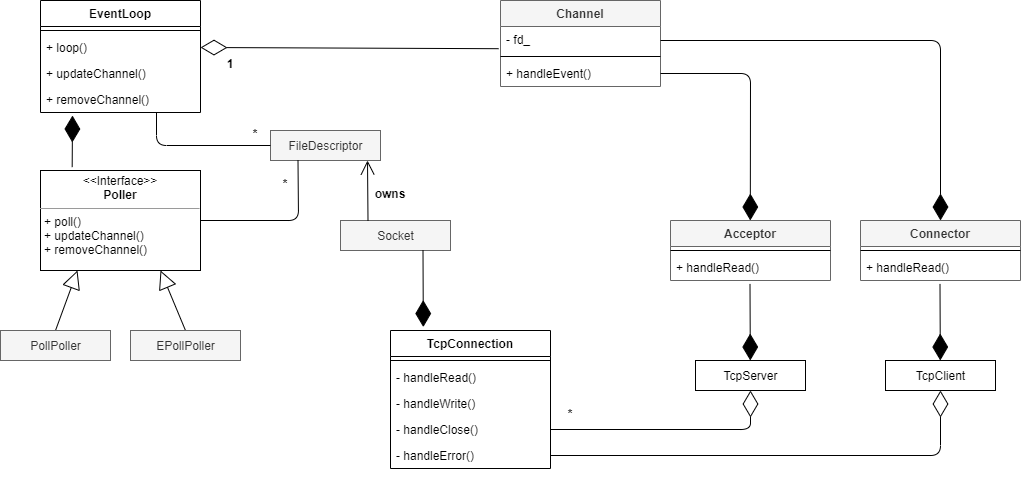
Earlier version of the draw.io export design/NetL_UML.png (budongsi/NetL). Source tidied: cells renumbered, new cells last; positions are measured from the earlier drawing's top-left corner, leaving out a move shared by most shapes. The source it was exported from:
```xml
<mxGraphModel background="#ffffff">
  <root>
    <mxCell id="0" />
    <mxCell id="1" parent="0" />
    <mxCell id="2" value="EventLoop" style="swimlane;fontStyle=1;align=center;verticalAlign=top;horizontal=1;startSize=26;" parent="1" vertex="1">
      <mxGeometry x="40" width="160" height="112" as="geometry" />
    </mxCell>
    <mxCell id="3" style="line;strokeWidth=1;fillColor=none;align=left;verticalAlign=middle;spacingTop=-1;spacingLeft=3;spacingRight=3;labelPosition=right;" parent="2" vertex="1">
      <mxGeometry y="26" width="160" height="8" as="geometry" />
    </mxCell>
    <mxCell id="4" value="+ loop()" style="text;strokeColor=none;fillColor=none;align=left;verticalAlign=top;spacingLeft=4;spacingRight=4;overflow=hidden;points=[[0,0.5],[1,0.5]];portConstraint=eastwest;" parent="2" vertex="1">
      <mxGeometry y="34" width="160" height="26" as="geometry" />
    </mxCell>
    <mxCell id="5" value="+ updateChannel()" style="text;align=left;verticalAlign=top;spacingLeft=4;spacingRight=4;overflow=hidden;" parent="2" vertex="1">
      <mxGeometry y="60" width="160" height="26" as="geometry" />
    </mxCell>
    <mxCell id="6" value="+ removeChannel()" style="text;strokeColor=none;fillColor=none;align=left;verticalAlign=top;spacingLeft=4;spacingRight=4;overflow=hidden;" parent="2" vertex="1">
      <mxGeometry y="86" width="160" height="26" as="geometry" />
    </mxCell>
    <mxCell id="7" value="&lt;p style=&quot;margin: 0px ; margin-top: 4px ; text-align: center&quot;&gt;&amp;lt;&amp;lt;Interface&amp;gt;&amp;gt;&lt;br&gt;&lt;b&gt;Poller&lt;/b&gt;&lt;/p&gt;&lt;hr size=&quot;1&quot;&gt;&lt;p style=&quot;margin: 0px ; margin-left: 4px&quot;&gt;+ poll()&lt;/p&gt;&lt;p style=&quot;margin: 0px ; margin-left: 4px&quot;&gt;+ updateChannel()&lt;/p&gt;&lt;p style=&quot;margin: 0px ; margin-left: 4px&quot;&gt;+ removeChannel()&lt;/p&gt;" style="verticalAlign=top;align=left;overflow=fill;fontSize=12;fontFamily=Helvetica;html=1;" parent="1" vertex="1">
      <mxGeometry x="40" y="170" width="160" height="100" as="geometry" />
    </mxCell>
    <mxCell id="8" value="PollPoller" style="html=1;" parent="1" vertex="1">
      <mxGeometry y="330" width="110" height="30" as="geometry" />
    </mxCell>
    <mxCell id="9" value="EPollPoller" style="html=1;" parent="1" vertex="1">
      <mxGeometry x="130" y="330" width="110" height="30" as="geometry" />
    </mxCell>
    <mxCell id="10" style="endArrow=block;endSize=16;endFill=0;html=1;exitX=0.5;exitY=0;exitDx=0;exitDy=0;entryX=0.25;entryY=1;entryDx=0;entryDy=0;" parent="1" edge="1" source="8">
      <mxGeometry relative="1" as="geometry">
        <mxPoint x="77" y="270" as="targetPoint" />
      </mxGeometry>
    </mxCell>
    <mxCell id="11" style="endArrow=block;endSize=16;endFill=0;html=1;exitX=0.5;exitY=0;exitDx=0;exitDy=0;entryX=0.75;entryY=1;entryDx=0;entryDy=0;" parent="1" edge="1" source="9" target="7">
      <mxGeometry relative="1" as="geometry" />
    </mxCell>
    <mxCell id="12" value="Socket" style="html=1;fillColor=#f5f5f5;strokeColor=#666666;fontColor=#333333;" parent="1" vertex="1">
      <mxGeometry x="340" y="220" width="110" height="30" as="geometry" />
    </mxCell>
    <mxCell id="13" value="PollPoller" style="html=1;fillColor=#f5f5f5;strokeColor=#666666;fontColor=#333333;" parent="1" vertex="1">
      <mxGeometry y="330" width="110" height="30" as="geometry" />
    </mxCell>
    <mxCell id="14" value="EPollPoller" style="html=1;fillColor=#f5f5f5;strokeColor=#666666;fontColor=#333333;" parent="1" vertex="1">
      <mxGeometry x="130" y="330" width="110" height="30" as="geometry" />
    </mxCell>
    <mxCell id="15" value="FileDescriptor" style="html=1;fillColor=#f5f5f5;strokeColor=#666666;fontColor=#333333;" parent="1" vertex="1">
      <mxGeometry x="270" y="130" width="110" height="30" as="geometry" />
    </mxCell>
    <mxCell id="16" value="Channel" style="swimlane;fontStyle=1;align=center;verticalAlign=top;horizontal=1;startSize=26;fillColor=#f5f5f5;strokeColor=#666666;fontColor=#333333;" parent="1" vertex="1">
      <mxGeometry x="500" width="160" height="86" as="geometry" />
    </mxCell>
    <mxCell id="17" value="- fd_" style="text;strokeColor=none;fillColor=none;align=left;verticalAlign=top;spacingLeft=4;spacingRight=4;overflow=hidden;points=[[0,0.5],[1,0.5]];portConstraint=eastwest;" parent="16" vertex="1">
      <mxGeometry y="26" width="160" height="26" as="geometry" />
    </mxCell>
    <mxCell id="18" style="line;strokeWidth=1;fillColor=none;align=left;verticalAlign=middle;spacingTop=-1;spacingLeft=3;spacingRight=3;labelPosition=right;" parent="16" vertex="1">
      <mxGeometry y="52" width="160" height="8" as="geometry" />
    </mxCell>
    <mxCell id="19" value="+ handleEvent()" style="text;strokeColor=none;fillColor=none;align=left;verticalAlign=top;spacingLeft=4;spacingRight=4;overflow=hidden;points=[[0,0.5],[1,0.5]];portConstraint=eastwest;" parent="16" vertex="1">
      <mxGeometry y="60" width="160" height="26" as="geometry" />
    </mxCell>
    <mxCell id="20" value="TcpConnection" style="swimlane;fontStyle=1;align=center;verticalAlign=top;horizontal=1;startSize=26;" parent="1" vertex="1">
      <mxGeometry x="390" y="330" width="160" height="138" as="geometry" />
    </mxCell>
    <mxCell id="21" style="line;strokeWidth=1;fillColor=none;align=left;verticalAlign=middle;spacingTop=-1;spacingLeft=3;spacingRight=3;labelPosition=right;" parent="20" vertex="1">
      <mxGeometry y="26" width="160" height="8" as="geometry" />
    </mxCell>
    <mxCell id="22" value="- handleRead()" style="text;strokeColor=none;fillColor=none;align=left;verticalAlign=top;spacingLeft=4;spacingRight=4;overflow=hidden;" parent="20" vertex="1">
      <mxGeometry y="34" width="160" height="26" as="geometry" />
    </mxCell>
    <mxCell id="23" value="- handleWrite()" style="text;strokeColor=none;fillColor=none;align=left;verticalAlign=top;spacingLeft=4;spacingRight=4;overflow=hidden;" parent="20" vertex="1">
      <mxGeometry y="60" width="160" height="26" as="geometry" />
    </mxCell>
    <mxCell id="24" value="- handleClose()" style="text;strokeColor=none;fillColor=none;align=left;verticalAlign=top;spacingLeft=4;spacingRight=4;overflow=hidden;points=[[0,0.5],[1,0.5]];portConstraint=eastwest;" parent="20" vertex="1">
      <mxGeometry y="86" width="160" height="26" as="geometry" />
    </mxCell>
    <mxCell id="25" value="- handleError()" style="text;strokeColor=none;fillColor=none;align=left;verticalAlign=top;spacingLeft=4;spacingRight=4;overflow=hidden;points=[[0,0.5],[1,0.5]];portConstraint=eastwest;" parent="20" vertex="1">
      <mxGeometry y="112" width="160" height="26" as="geometry" />
    </mxCell>
    <mxCell id="26" value="Acceptor" style="swimlane;fontStyle=1;align=center;verticalAlign=top;horizontal=1;startSize=26;fillColor=#f5f5f5;strokeColor=#666666;fontColor=#333333;" parent="1" vertex="1">
      <mxGeometry x="670" y="220" width="160" height="60" as="geometry" />
    </mxCell>
    <mxCell id="27" style="line;strokeWidth=1;fillColor=none;align=left;verticalAlign=middle;spacingTop=-1;spacingLeft=3;spacingRight=3;labelPosition=right;" parent="26" vertex="1">
      <mxGeometry y="26" width="160" height="8" as="geometry" />
    </mxCell>
    <mxCell id="28" value="+ handleRead()" style="text;strokeColor=none;fillColor=none;align=left;verticalAlign=top;spacingLeft=4;spacingRight=4;overflow=hidden;" parent="26" vertex="1">
      <mxGeometry y="34" width="160" height="26" as="geometry" />
    </mxCell>
    <mxCell id="29" value="Connector" style="swimlane;fontStyle=1;align=center;verticalAlign=top;horizontal=1;startSize=26;fillColor=#f5f5f5;strokeColor=#666666;fontColor=#333333;" parent="1" vertex="1">
      <mxGeometry x="860" y="220" width="160" height="60" as="geometry" />
    </mxCell>
    <mxCell id="30" style="line;strokeWidth=1;fillColor=none;align=left;verticalAlign=middle;spacingTop=-1;spacingLeft=3;spacingRight=3;labelPosition=right;" parent="29" vertex="1">
      <mxGeometry y="26" width="160" height="8" as="geometry" />
    </mxCell>
    <mxCell id="31" value="+ handleRead()" style="text;strokeColor=none;fillColor=none;align=left;verticalAlign=top;spacingLeft=4;spacingRight=4;overflow=hidden;" parent="29" vertex="1">
      <mxGeometry y="34" width="160" height="26" as="geometry" />
    </mxCell>
    <mxCell id="32" value="TcpServer" style="html=1;" parent="1" vertex="1">
      <mxGeometry x="695" y="360" width="110" height="30" as="geometry" />
    </mxCell>
    <mxCell id="33" value="TcpClient" style="html=1;" parent="1" vertex="1">
      <mxGeometry x="885" y="360" width="110" height="30" as="geometry" />
    </mxCell>
    <mxCell id="34" style="endArrow=diamondThin;endFill=0;endSize=24;html=1;entryX=1;entryY=0.5;entryDx=0;entryDy=0;exitX=-0.012;exitY=0.854;exitDx=0;exitDy=0;exitPerimeter=0;" parent="1" edge="1" source="17" target="4">
      <mxGeometry relative="1" as="geometry" />
    </mxCell>
    <mxCell id="35" value="1" style="text;align=center;fontStyle=1;verticalAlign=middle;spacingLeft=3;spacingRight=3;strokeColor=none;" parent="1" vertex="1">
      <mxGeometry x="220" y="50" width="20" height="26" as="geometry" />
    </mxCell>
    <mxCell id="36" style="endArrow=none;startArrow=none;endFill=0;startFill=0;endSize=8;html=1;verticalAlign=bottom;labelBackgroundColor=none;strokeWidth=1;entryX=0;entryY=0.5;entryDx=0;entryDy=0;" parent="1" edge="1" target="15">
      <mxGeometry relative="1" as="geometry">
        <mxPoint x="156" y="112" as="sourcePoint" />
        <Array as="points">
          <mxPoint x="156" y="145" />
        </Array>
      </mxGeometry>
    </mxCell>
    <mxCell id="37" style="endArrow=none;startArrow=none;endFill=0;startFill=0;endSize=8;html=1;verticalAlign=bottom;labelBackgroundColor=none;strokeWidth=1;exitX=1;exitY=0.5;exitDx=0;exitDy=0;entryX=0.25;entryY=1;entryDx=0;entryDy=0;" parent="1" edge="1" source="7" target="15">
      <mxGeometry relative="1" as="geometry">
        <Array as="points">
          <mxPoint x="298" y="220" />
        </Array>
      </mxGeometry>
    </mxCell>
    <mxCell id="38" style="endArrow=open;endFill=1;endSize=12;html=1;strokeWidth=1;exitX=0.25;exitY=0;exitDx=0;exitDy=0;" parent="1" edge="1" source="12">
      <mxGeometry relative="1" as="geometry">
        <mxPoint x="367" y="160" as="targetPoint" />
      </mxGeometry>
    </mxCell>
    <mxCell id="39" value="owns" style="text;align=center;fontStyle=1;verticalAlign=middle;spacingLeft=3;spacingRight=3;strokeColor=none;" parent="1" vertex="1">
      <mxGeometry x="350" y="180" width="80" height="26" as="geometry" />
    </mxCell>
    <mxCell id="40" style="endArrow=diamondThin;endFill=1;endSize=24;html=1;strokeWidth=1;exitX=0.75;exitY=1;exitDx=0;exitDy=0;entryX=0.205;entryY=-0.025;entryDx=0;entryDy=0;entryPerimeter=0;" parent="1" edge="1" source="12" target="20">
      <mxGeometry relative="1" as="geometry" />
    </mxCell>
    <mxCell id="41" style="endArrow=diamondThin;endFill=1;endSize=24;html=1;strokeWidth=1;exitX=0.198;exitY=-0.034;exitDx=0;exitDy=0;exitPerimeter=0;" parent="1" edge="1" source="7">
      <mxGeometry relative="1" as="geometry">
        <mxPoint x="72" y="115" as="targetPoint" />
      </mxGeometry>
    </mxCell>
    <mxCell id="42" style="endArrow=diamondThin;endFill=1;endSize=24;html=1;strokeWidth=1;exitX=0.75;exitY=1;exitDx=0;exitDy=0;entryX=0.205;entryY=-0.025;entryDx=0;entryDy=0;entryPerimeter=0;" parent="1" edge="1">
      <mxGeometry relative="1" as="geometry">
        <mxPoint x="749.5" y="283.5" as="sourcePoint" />
        <mxPoint x="749.8" y="360" as="targetPoint" />
      </mxGeometry>
    </mxCell>
    <mxCell id="43" style="endArrow=diamondThin;endFill=1;endSize=24;html=1;strokeWidth=1;exitX=0.75;exitY=1;exitDx=0;exitDy=0;entryX=0.205;entryY=-0.025;entryDx=0;entryDy=0;entryPerimeter=0;" parent="1" edge="1">
      <mxGeometry relative="1" as="geometry">
        <mxPoint x="939.5" y="283.5" as="sourcePoint" />
        <mxPoint x="939.8" y="360" as="targetPoint" />
      </mxGeometry>
    </mxCell>
    <mxCell id="44" style="endArrow=diamondThin;endFill=1;endSize=24;html=1;strokeWidth=1;exitX=1;exitY=0.5;exitDx=0;exitDy=0;entryX=0.205;entryY=-0.025;entryDx=0;entryDy=0;entryPerimeter=0;" parent="1" edge="1" source="19">
      <mxGeometry relative="1" as="geometry">
        <mxPoint x="749.8" y="220" as="targetPoint" />
        <Array as="points">
          <mxPoint x="750" y="73" />
        </Array>
      </mxGeometry>
    </mxCell>
    <mxCell id="45" style="endArrow=diamondThin;endFill=1;endSize=24;html=1;strokeWidth=1;exitX=1;exitY=0.5;exitDx=0;exitDy=0;entryX=0.5;entryY=0;entryDx=0;entryDy=0;" parent="1" edge="1" target="29">
      <mxGeometry relative="1" as="geometry">
        <mxPoint x="660" y="40" as="sourcePoint" />
        <Array as="points">
          <mxPoint x="940" y="40" />
        </Array>
      </mxGeometry>
    </mxCell>
    <mxCell id="46" style="endArrow=diamondThin;endFill=0;endSize=24;html=1;entryX=0.5;entryY=1;entryDx=0;entryDy=0;exitX=1;exitY=0.5;exitDx=0;exitDy=0;" parent="1" edge="1" source="24" target="32">
      <mxGeometry relative="1" as="geometry">
        <Array as="points">
          <mxPoint x="750" y="429" />
        </Array>
      </mxGeometry>
    </mxCell>
    <mxCell id="47" style="endArrow=diamondThin;endFill=0;endSize=24;html=1;entryX=0.5;entryY=1;entryDx=0;entryDy=0;exitX=1;exitY=0.5;exitDx=0;exitDy=0;" parent="1" edge="1" source="25" target="33">
      <mxGeometry relative="1" as="geometry">
        <Array as="points">
          <mxPoint x="940" y="455" />
        </Array>
      </mxGeometry>
    </mxCell>
    <mxCell id="48" value="*" style="text;align=center;fontStyle=1;verticalAlign=middle;spacingLeft=3;spacingRight=3;strokeColor=none;" parent="1" vertex="1">
      <mxGeometry x="560" y="400" width="20" height="26" as="geometry" />
    </mxCell>
    <mxCell id="49" value="*" style="text;align=center;fontStyle=1;verticalAlign=middle;spacingLeft=3;spacingRight=3;strokeColor=none;" parent="1" vertex="1">
      <mxGeometry x="240" y="120" width="30" height="26" as="geometry" />
    </mxCell>
    <mxCell id="50" value="*" style="text;align=center;fontStyle=1;verticalAlign=middle;spacingLeft=3;spacingRight=3;strokeColor=none;" parent="1" vertex="1">
      <mxGeometry x="270" y="170" width="30" height="26" as="geometry" />
    </mxCell>
  </root>
</mxGraphModel>
```
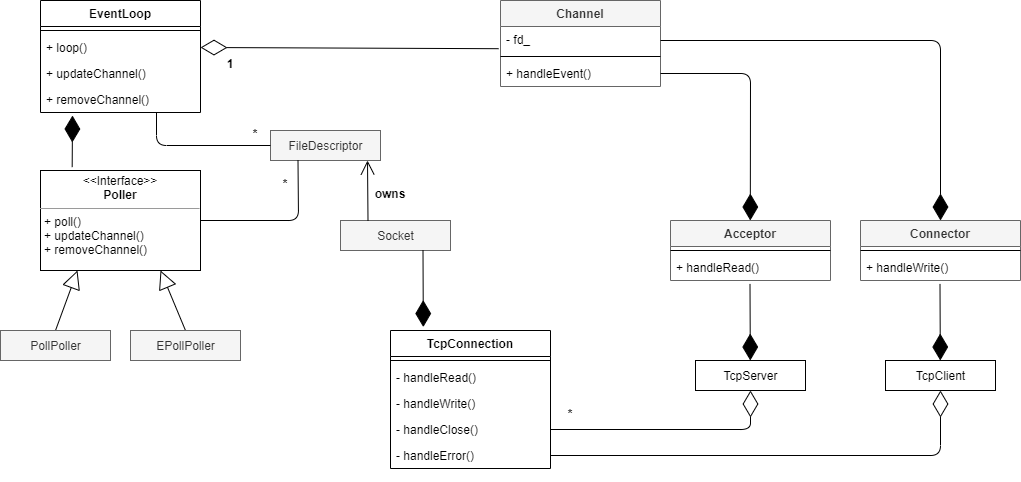
Above is the later version.

Commit message:
Bugfix for Connector class in UML

Diff of the diagram source:
```diff
@@ -91,7 +91,7 @@
     <mxCell id="30" style="line;strokeWidth=1;fillColor=none;align=left;verticalAlign=middle;spacingTop=-1;spacingLeft=3;spacingRight=3;labelPosition=right;" parent="29" vertex="1">
       <mxGeometry y="26" width="160" height="8" as="geometry" />
     </mxCell>
-    <mxCell id="31" value="+ handleRead()" style="text;strokeColor=none;fillColor=none;align=left;verticalAlign=top;spacingLeft=4;spacingRight=4;overflow=hidden;" parent="29" vertex="1">
+    <mxCell id="31" value="+ handleWrite()" style="text;strokeColor=none;fillColor=none;align=left;verticalAlign=top;spacingLeft=4;spacingRight=4;overflow=hidden;" parent="29" vertex="1">
       <mxGeometry y="34" width="160" height="26" as="geometry" />
     </mxCell>
     <mxCell id="32" value="TcpServer" style="html=1;" parent="1" vertex="1">
```
